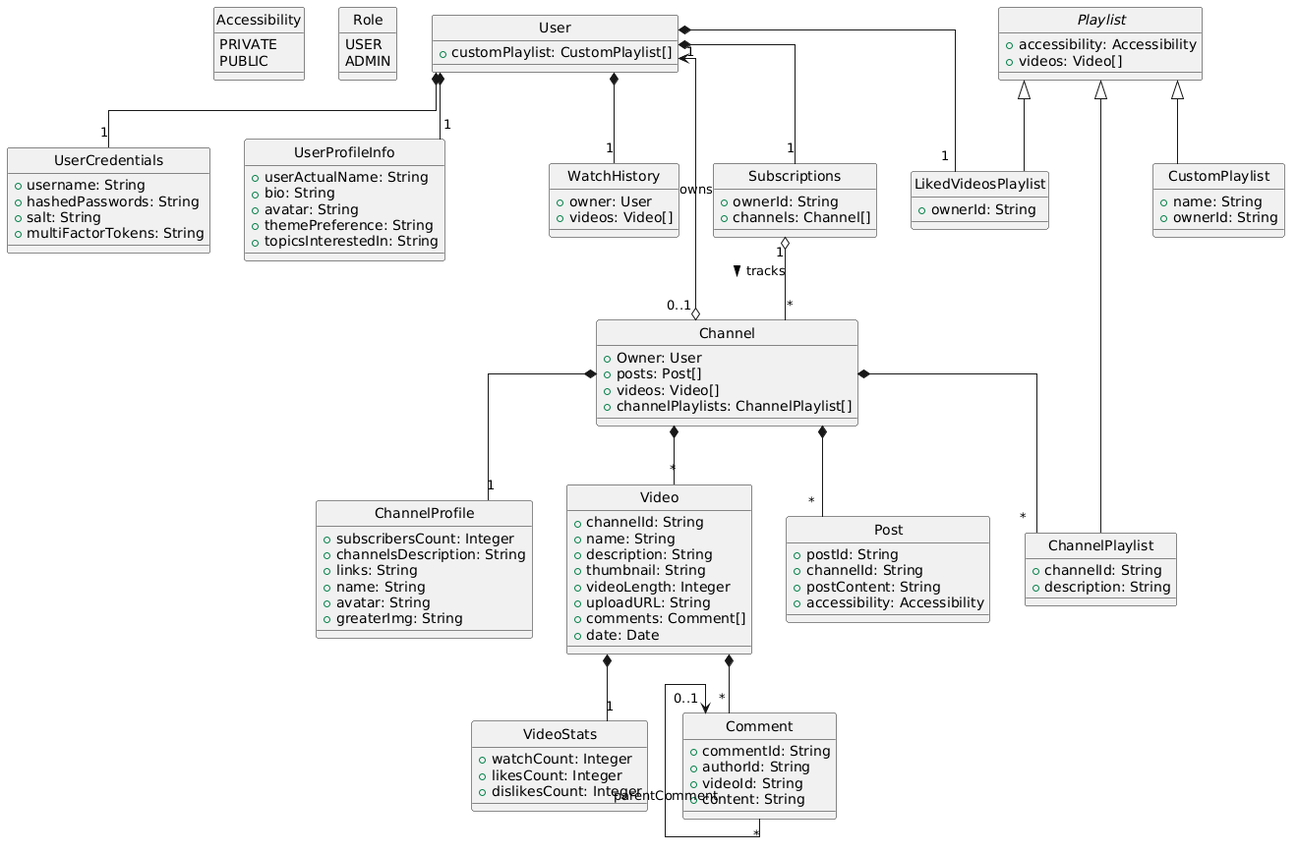
The PlantUML diagram Phase1.png in BroTarek/DEBI_graduation_project, before a commit. The source it was exported from:
```plantuml
@startuml
skinparam style strictuml
skinparam linetype ortho
skinparam packageStyle rectangle

enum Accessibility {
    PRIVATE
    PUBLIC
}

enum Role {
    USER
    ADMIN
}

class User {
    + customPlaylist: CustomPlaylist[]
}

class UserCredentials {
    + username: String
    + hashedPasswords: String
    + salt: String
    + multiFactorTokens: String
}

class UserProfileInfo {
    + userActualName: String
    + bio: String
    + avatar: String
    + themePreference: String
    + topicsInterestedIn: String
}

class Channel {
    + Owner: User
    + posts: Post[]
    + videos: Video[]
    + channelPlaylists: ChannelPlaylist[]
}

class ChannelProfile {
    + subscribersCount: Integer
    + channelsDescription: String
    + links: String
    + name: String
    + avatar: String
    + greaterImg: String
}

class Video {
    + channelId: String
    + name: String
    + description: String
    + thumbnail: String
    + videoLength: Integer
    + uploadURL: String
    + comments: Comment[]
    + date: Date
}

class VideoStats {
    + watchCount: Integer
    + likesCount: Integer
    + dislikesCount: Integer
}

class Comment {
    + commentId: String
    + authorId: String
    + videoId: String
    + content: String
}

abstract class Playlist {
    + accessibility: Accessibility
    + videos: Video[]
}

class ChannelPlaylist {
    + channelId: String
    + description: String
}

class LikedVideosPlaylist {
    + ownerId: String
}

class CustomPlaylist {
    + name: String
    + ownerId: String
}

class WatchHistory {
    + owner: User
    + videos: Video[]
}

class Post {
    + postId: String
    + channelId: String
    + postContent: String
    + accessibility: Accessibility
}

class Subscriptions {
    + ownerId: String
    + channels: Channel[]
}


User *-- "1" UserCredentials
User *-- "1" UserProfileInfo
User *-- "1" WatchHistory
User *-- "1" LikedVideosPlaylist
User *-- "1" Subscriptions

Subscriptions "1" o-- "*" Channel : tracks >

User "1" <--o "0..1" Channel : owns

Channel *-- "1" ChannelProfile
Channel *-- "*" Post
Channel *-- "*" Video
Channel *-- "*" ChannelPlaylist

Video *-- "1" VideoStats
Video *-- "*" Comment

Comment "0..1" <-- "*" Comment : parentComment

Playlist <|-- ChannelPlaylist
Playlist <|-- LikedVideosPlaylist
Playlist <|-- CustomPlaylist

@endum
```
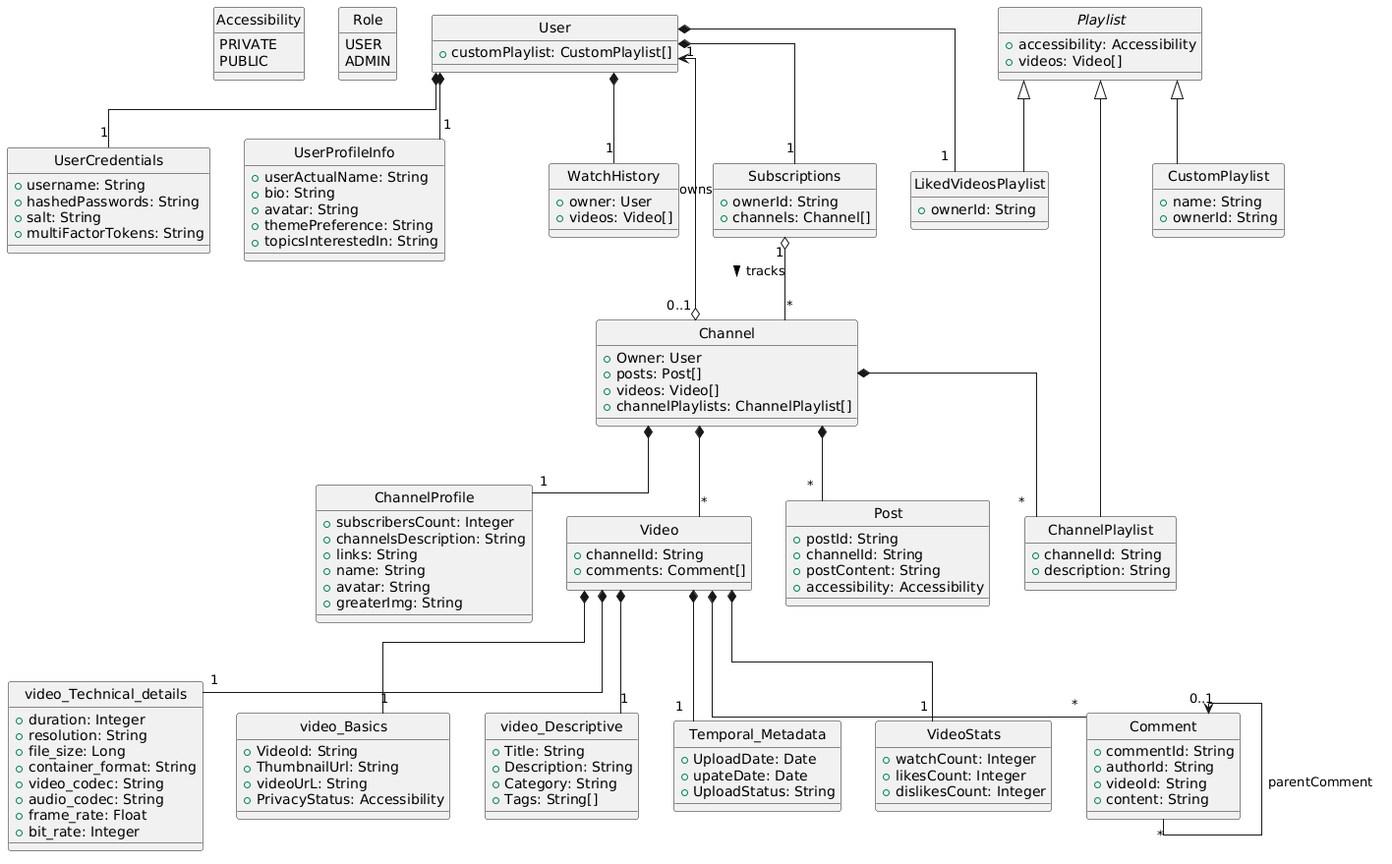
The same diagram one commit later.

What changed in the source:
```diff
@@ -48,15 +48,41 @@
     + greaterImg: String
 }
 
+
+class video_Technical_details {
+    + duration: Integer
+    + resolution: String
+    + file_size: Long
+    + container_format: String
+    + video_codec: String
+    + audio_codec: String
+    + frame_rate: Float
+    + bit_rate: Integer
+}
+
+class video_Basics {
+    + VideoId: String
+    + ThumbnailUrl: String
+    + videoUrL: String
+    + PrivacyStatus: Accessibility
+}
+
+class video_Descriptive {
+    + Title: String
+    + Description: String
+    + Category: String
+    + Tags: String[]
+}
+
+class Temporal_Metadata {
+    + UploadDate: Date
+    + upateDate: Date
+    + UploadStatus: String
+}
+
 class Video {
     + channelId: String
-    + name: String
-    + description: String
-    + thumbnail: String
-    + videoLength: Integer
-    + uploadURL: String
     + comments: Comment[]
-    + date: Date
 }
 
 class VideoStats {
@@ -64,6 +90,7 @@
     + likesCount: Integer
     + dislikesCount: Integer
 }
+
 
 class Comment {
     + commentId: String
@@ -124,6 +151,10 @@
 Channel *-- "*" Video
 Channel *-- "*" ChannelPlaylist
 
+Video *-- "1" video_Basics
+Video *-- "1" video_Descriptive
+Video *-- "1" video_Technical_details
+Video *-- "1" Temporal_Metadata
 Video *-- "1" VideoStats
 Video *-- "*" Comment
 
```
